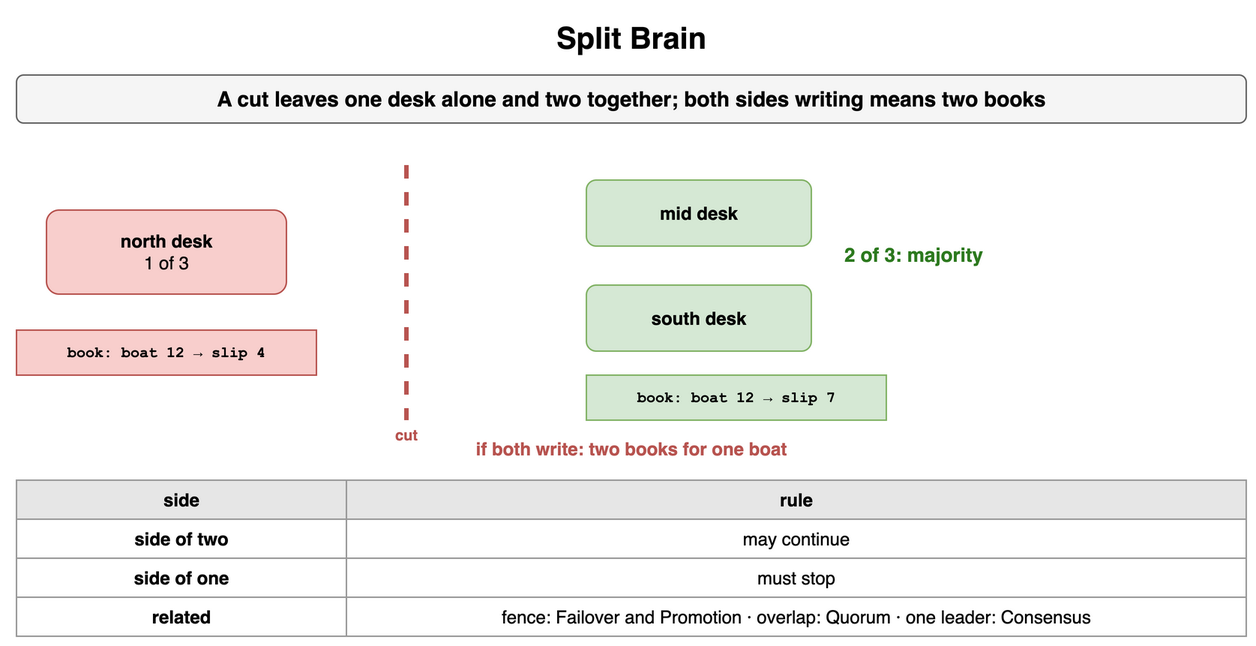
Before: content/09_System_Design_Interview/15_Distributed_System_Failure_Modes/diagrams/failure-modes-6-split-brain.png, a diagram exported from draw.io (amendez13/swe-study-guide). Source tidied: cells renumbered, new cells last; positions are measured from the earlier drawing's top-left corner, leaving out a move shared by most shapes.
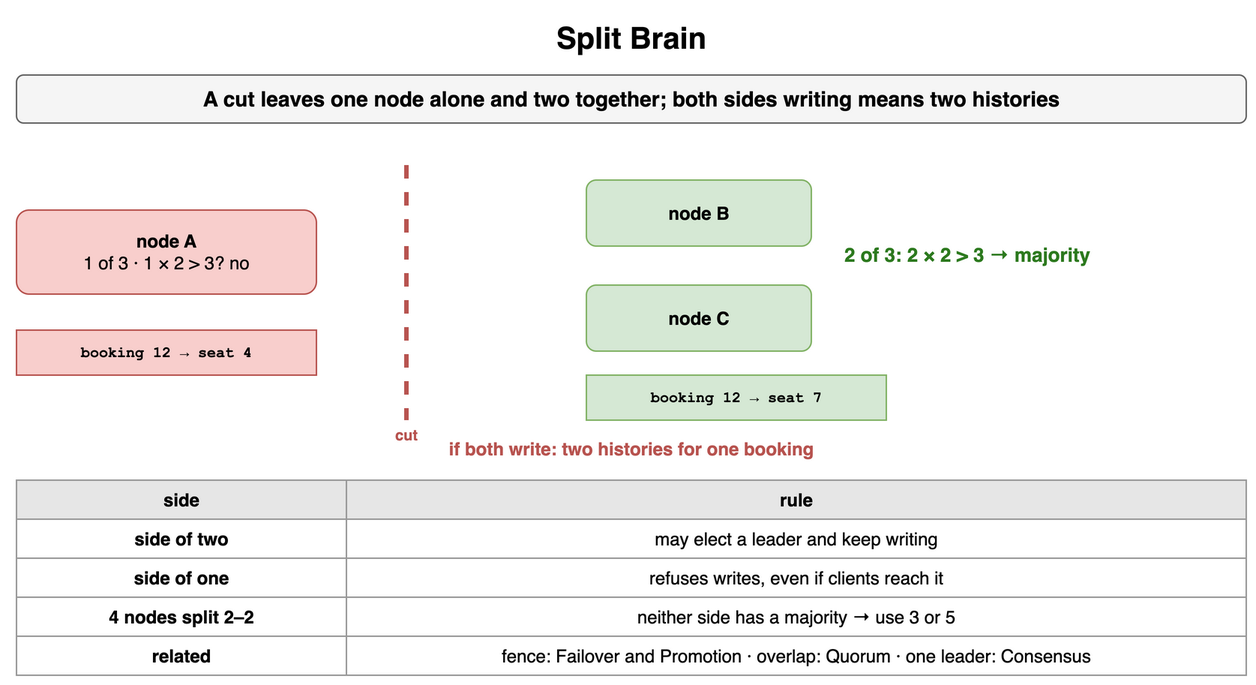
The same diagram one commit later.

What changed in the source:
```diff
@@ -5,11 +5,11 @@
     <mxCell id="2" value="Split Brain" style="text;html=1;align=center;verticalAlign=middle;whiteSpace=wrap;fontSize=20;fontStyle=1;" parent="1" vertex="1">
       <mxGeometry width="820" height="30" as="geometry" />
     </mxCell>
-    <mxCell id="3" value="A cut leaves one desk alone and two together; both sides writing means two books" style="rounded=1;whiteSpace=wrap;html=1;fillColor=#f5f5f5;strokeColor=#666666;fontStyle=1;fontSize=14;" parent="1" vertex="1">
+    <mxCell id="3" value="A cut leaves one node alone and two together; both sides writing means two histories" style="rounded=1;whiteSpace=wrap;html=1;fillColor=#f5f5f5;strokeColor=#666666;fontStyle=1;fontSize=14;" parent="1" vertex="1">
       <mxGeometry y="40" width="820" height="32" as="geometry" />
     </mxCell>
-    <mxCell id="4" value="north desk&lt;br&gt;&lt;span style='font-weight:normal'&gt;1 of 3&lt;/span&gt;" style="rounded=1;whiteSpace=wrap;html=1;fillColor=#f8cecc;strokeColor=#b85450;fontSize=12;align=center;fontStyle=1;" parent="1" vertex="1">
-      <mxGeometry x="20" y="130" width="160" height="56" as="geometry" />
+    <mxCell id="4" value="node A&lt;br&gt;&lt;span style='font-weight:normal'&gt;1 of 3 · 1 × 2 &gt; 3? no&lt;/span&gt;" style="rounded=1;whiteSpace=wrap;html=1;fillColor=#f8cecc;strokeColor=#b85450;fontSize=12;align=center;fontStyle=1;" parent="1" vertex="1">
+      <mxGeometry y="130" width="200" height="56" as="geometry" />
     </mxCell>
     <mxCell id="5" style="endArrow=none;html=1;strokeColor=#b85450;strokeWidth=3;dashed=1;" parent="1" edge="1">
       <mxGeometry relative="1" as="geometry">
@@ -20,22 +20,22 @@
     <mxCell id="6" value="cut" style="text;html=1;whiteSpace=wrap;fontSize=11;align=center;verticalAlign=middle;fontSize=10;fontColor=#b85450;fontStyle=1;" parent="1" vertex="1">
       <mxGeometry x="240" y="272" width="40" height="16" as="geometry" />
     </mxCell>
-    <mxCell id="7" value="mid desk" style="rounded=1;whiteSpace=wrap;html=1;fillColor=#d5e8d4;strokeColor=#82b366;fontSize=12;align=center;fontStyle=1;" parent="1" vertex="1">
+    <mxCell id="7" value="node B" style="rounded=1;whiteSpace=wrap;html=1;fillColor=#d5e8d4;strokeColor=#82b366;fontSize=12;align=center;fontStyle=1;" parent="1" vertex="1">
       <mxGeometry x="380" y="110" width="150" height="44" as="geometry" />
     </mxCell>
-    <mxCell id="8" value="south desk" style="rounded=1;whiteSpace=wrap;html=1;fillColor=#d5e8d4;strokeColor=#82b366;fontSize=12;align=center;fontStyle=1;" parent="1" vertex="1">
+    <mxCell id="8" value="node C" style="rounded=1;whiteSpace=wrap;html=1;fillColor=#d5e8d4;strokeColor=#82b366;fontSize=12;align=center;fontStyle=1;" parent="1" vertex="1">
       <mxGeometry x="380" y="180" width="150" height="44" as="geometry" />
     </mxCell>
-    <mxCell id="9" value="2 of 3: majority" style="text;html=1;whiteSpace=wrap;fontSize=11;align=left;verticalAlign=middle;fontSize=13;fontColor=#2d7a1f;fontStyle=1;" parent="1" vertex="1">
-      <mxGeometry x="550" y="140" width="200" height="40" as="geometry" />
+    <mxCell id="9" value="2 of 3: 2 × 2 &gt; 3 → majority" style="text;html=1;whiteSpace=wrap;fontSize=11;align=left;verticalAlign=middle;fontSize=13;fontColor=#2d7a1f;fontStyle=1;" parent="1" vertex="1">
+      <mxGeometry x="550" y="140" width="260" height="40" as="geometry" />
     </mxCell>
-    <mxCell id="10" value="book: boat 12 → slip 4" style="rounded=0;whiteSpace=wrap;html=1;fontFamily=Courier New;fontStyle=1;fontSize=13;fillColor=#f8cecc;strokeColor=#b85450;fontSize=10;" parent="1" vertex="1">
+    <mxCell id="10" value="booking 12 → seat 4" style="rounded=0;whiteSpace=wrap;html=1;fontFamily=Courier New;fontStyle=1;fontSize=13;fillColor=#f8cecc;strokeColor=#b85450;fontSize=10;" parent="1" vertex="1">
       <mxGeometry y="210" width="200" height="30" as="geometry" />
     </mxCell>
-    <mxCell id="11" value="book: boat 12 → slip 7" style="rounded=0;whiteSpace=wrap;html=1;fontFamily=Courier New;fontStyle=1;fontSize=13;fillColor=#d5e8d4;strokeColor=#82b366;fontSize=10;" parent="1" vertex="1">
+    <mxCell id="11" value="booking 12 → seat 7" style="rounded=0;whiteSpace=wrap;html=1;fontFamily=Courier New;fontStyle=1;fontSize=13;fillColor=#d5e8d4;strokeColor=#82b366;fontSize=10;" parent="1" vertex="1">
       <mxGeometry x="380" y="240" width="200" height="30" as="geometry" />
     </mxCell>
-    <mxCell id="12" value="if both write: two books for one boat" style="text;html=1;whiteSpace=wrap;fontSize=11;align=center;verticalAlign=middle;fontSize=12;fontColor=#b85450;fontStyle=1;" parent="1" vertex="1">
+    <mxCell id="12" value="if both write: two histories for one booking" style="text;html=1;whiteSpace=wrap;fontSize=11;align=center;verticalAlign=middle;fontSize=12;fontColor=#b85450;fontStyle=1;" parent="1" vertex="1">
       <mxGeometry y="280" width="820" height="18" as="geometry" />
     </mxCell>
     <mxCell id="13" value="side" style="whiteSpace=wrap;html=1;fillColor=#e6e6e6;strokeColor=#999999;fontStyle=1;fontSize=12;" parent="1" vertex="1">
@@ -47,20 +47,26 @@
     <mxCell id="15" value="side of two" style="whiteSpace=wrap;html=1;strokeColor=#999999;fontSize=12;fillColor=#ffffff;fontStyle=1;" parent="1" vertex="1">
       <mxGeometry y="336" width="220" height="26" as="geometry" />
     </mxCell>
-    <mxCell id="16" value="may continue" style="whiteSpace=wrap;html=1;strokeColor=#999999;fontSize=12;fillColor=#ffffff;" parent="1" vertex="1">
+    <mxCell id="16" value="may elect a leader and keep writing" style="whiteSpace=wrap;html=1;strokeColor=#999999;fontSize=12;fillColor=#ffffff;" parent="1" vertex="1">
       <mxGeometry x="220" y="336" width="600" height="26" as="geometry" />
     </mxCell>
     <mxCell id="17" value="side of one" style="whiteSpace=wrap;html=1;strokeColor=#999999;fontSize=12;fillColor=#ffffff;fontStyle=1;" parent="1" vertex="1">
       <mxGeometry y="362" width="220" height="26" as="geometry" />
     </mxCell>
-    <mxCell id="18" value="must stop" style="whiteSpace=wrap;html=1;strokeColor=#999999;fontSize=12;fillColor=#ffffff;" parent="1" vertex="1">
+    <mxCell id="18" value="refuses writes, even if clients reach it" style="whiteSpace=wrap;html=1;strokeColor=#999999;fontSize=12;fillColor=#ffffff;" parent="1" vertex="1">
       <mxGeometry x="220" y="362" width="600" height="26" as="geometry" />
     </mxCell>
-    <mxCell id="19" value="related" style="whiteSpace=wrap;html=1;strokeColor=#999999;fontSize=12;fillColor=#ffffff;fontStyle=1;" parent="1" vertex="1">
+    <mxCell id="19" value="4 nodes split 2–2" style="whiteSpace=wrap;html=1;strokeColor=#999999;fontSize=12;fillColor=#ffffff;fontStyle=1;" parent="1" vertex="1">
       <mxGeometry y="388" width="220" height="26" as="geometry" />
     </mxCell>
-    <mxCell id="20" value="fence: Failover and Promotion · overlap: Quorum · one leader: Consensus" style="whiteSpace=wrap;html=1;strokeColor=#999999;fontSize=12;fillColor=#ffffff;" parent="1" vertex="1">
+    <mxCell id="20" value="neither side has a majority → use 3 or 5" style="whiteSpace=wrap;html=1;strokeColor=#999999;fontSize=12;fillColor=#ffffff;" parent="1" vertex="1">
       <mxGeometry x="220" y="388" width="600" height="26" as="geometry" />
     </mxCell>
+    <mxCell id="21" value="related" style="whiteSpace=wrap;html=1;strokeColor=#999999;fontSize=12;fillColor=#ffffff;fontStyle=1;" parent="1" vertex="1">
+      <mxGeometry y="414" width="220" height="26" as="geometry" />
+    </mxCell>
+    <mxCell id="22" value="fence: Failover and Promotion · overlap: Quorum · one leader: Consensus" style="whiteSpace=wrap;html=1;strokeColor=#999999;fontSize=12;fillColor=#ffffff;" parent="1" vertex="1">
+      <mxGeometry x="220" y="414" width="600" height="26" as="geometry" />
+    </mxCell>
   </root>
 </mxGraphModel>
```
